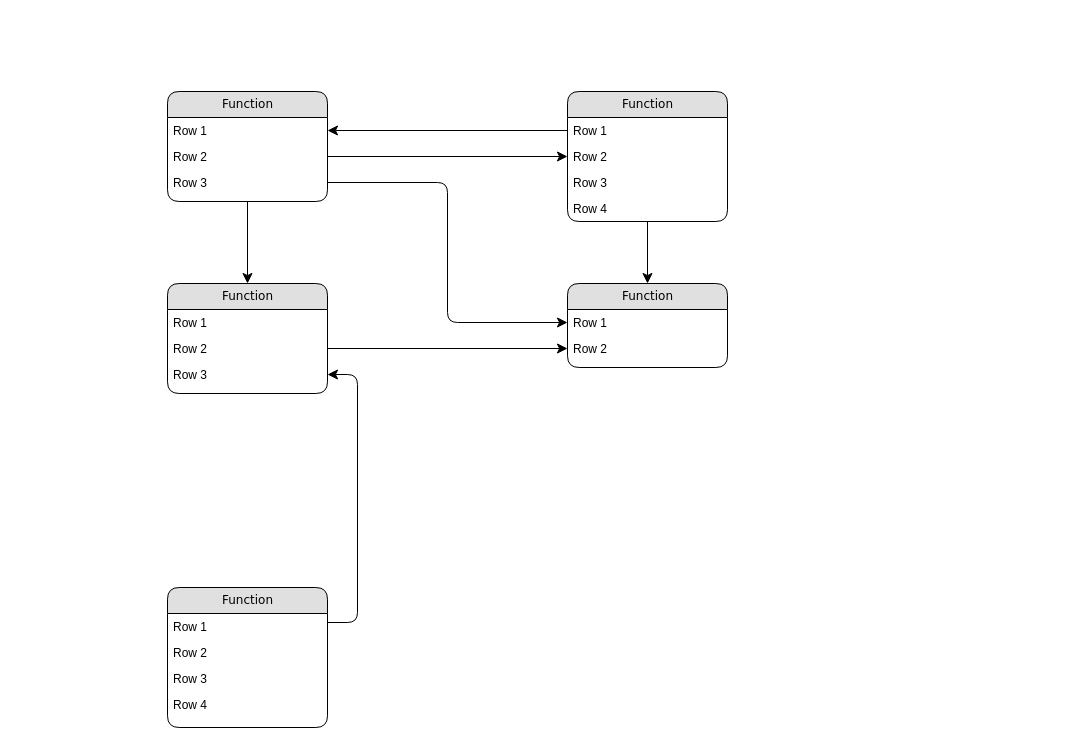
Tianqi-Yao/yao-app-web keeps this draw.io diagram as data flow.drawio. Above is the earlier version. Source tidied: cells renumbered, new cells numbered last; positions are measured from the earlier drawing's top-left corner, leaving out a move shared by most shapes. Both pictures are drawn from the tidied source at 100%, with x=0, y=0 at pixel (167, 91).
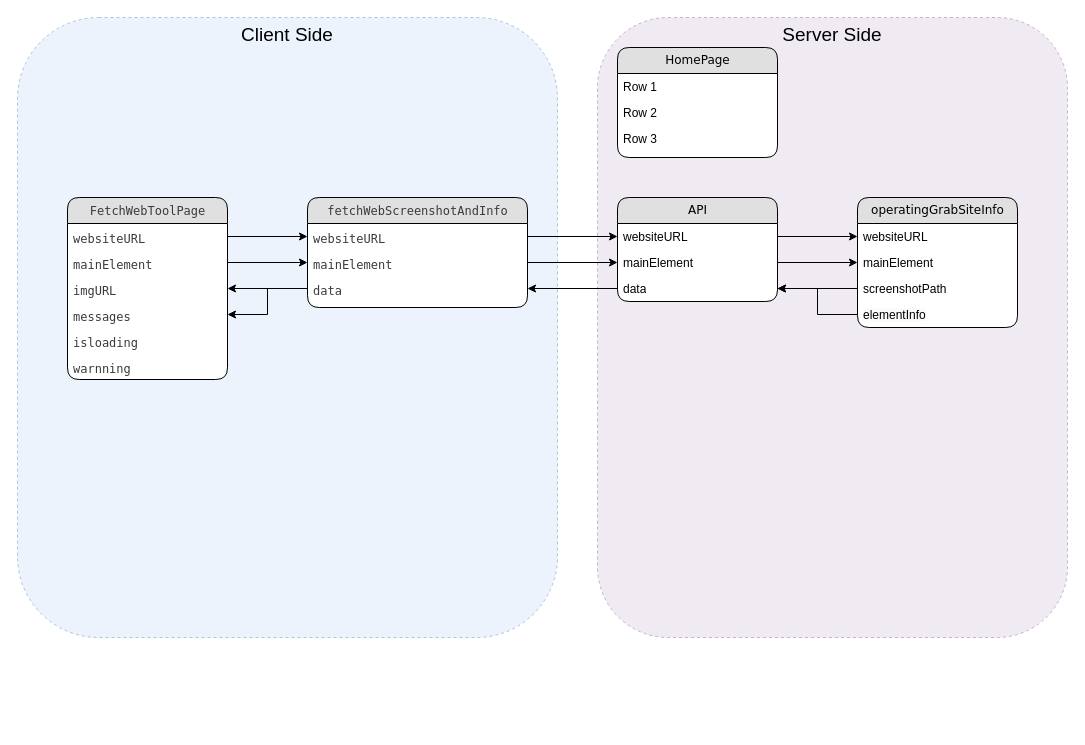
After the change.

Unchanged cells that the change refers to:
```xml
<mxCell id="3" value="Row 1" style="text;html=1;strokeColor=none;fillColor=none;spacingLeft=4;spacingRight=4;whiteSpace=wrap;overflow=hidden;points=[[0,0.5],[1,0.5]];portConstraint=eastwest;" parent="2" vertex="1">
  <mxGeometry y="26" width="160" height="26" as="geometry" />
</mxCell>
<mxCell id="4" value="Row 2" style="text;html=1;strokeColor=none;fillColor=none;spacingLeft=4;spacingRight=4;whiteSpace=wrap;overflow=hidden;points=[[0,0.5],[1,0.5]];portConstraint=eastwest;" parent="2" vertex="1">
  <mxGeometry y="52" width="160" height="26" as="geometry" />
</mxCell>
<mxCell id="5" value="Row 3" style="text;html=1;strokeColor=none;fillColor=none;spacingLeft=4;spacingRight=4;whiteSpace=wrap;overflow=hidden;points=[[0,0.5],[1,0.5]];portConstraint=eastwest;" parent="2" vertex="1">
  <mxGeometry y="78" width="160" height="26" as="geometry" />
</mxCell>
```

Diff of the diagram source:
```diff
@@
+    <mxCell id="30" value="Server Side" style="rounded=1;whiteSpace=wrap;html=1;fillColor=#e1d5e7;strokeColor=#9673a6;dashed=1;glass=0;shadow=0;opacity=50;horizontal=1;verticalAlign=top;fontSize=19;" parent="1" vertex="1">
+      <mxGeometry x="430" y="-74" width="470" height="620" as="geometry" />
+    </mxCell>
+    <mxCell id="31" value="Client Side" style="rounded=1;whiteSpace=wrap;html=1;fillColor=#dae8fc;strokeColor=#6c8ebf;dashed=1;glass=0;shadow=0;opacity=50;horizontal=1;verticalAlign=top;fontSize=19;" parent="1" vertex="1">
+      <mxGeometry x="-150" y="-74" width="540" height="620" as="geometry" />
+    </mxCell>
-    <mxCell id="2" value="Function" style="swimlane;html=1;fontStyle=0;horizontal=1;startSize=26;fillColor=#e0e0e0;swimlaneFillColor=#ffffff;align=center;rounded=1;shadow=0;comic=0;labelBackgroundColor=none;strokeWidth=1;fontFamily=Verdana;fontSize=12;" parent="1" vertex="1">
-      <mxGeometry width="160" height="110" as="geometry" />
+    <mxCell id="2" value="HomePage" style="swimlane;html=1;fontStyle=0;horizontal=1;startSize=26;fillColor=#e0e0e0;swimlaneFillColor=#ffffff;align=center;rounded=1;shadow=0;comic=0;labelBackgroundColor=none;strokeWidth=1;fontFamily=Verdana;fontSize=12;" parent="1" vertex="1">
+      <mxGeometry x="450" y="-44" width="160" height="110" as="geometry" />
     </mxCell>
@@
-    <mxCell id="6" value="Function" style="swimlane;html=1;fontStyle=0;horizontal=1;startSize=26;fillColor=#e0e0e0;swimlaneFillColor=#ffffff;align=center;rounded=1;shadow=0;comic=0;labelBackgroundColor=none;strokeWidth=1;fontFamily=Verdana;fontSize=12;" parent="1" vertex="1">
-      <mxGeometry x="400" width="160" height="130" as="geometry" />
+    <mxCell id="6" value="&lt;div style=&quot;color: rgb(59, 59, 59); font-family: Menlo, Monaco, &amp;quot;Courier New&amp;quot;, monospace; line-height: 18px;&quot;&gt;FetchWebToolPage&lt;/div&gt;" style="swimlane;html=1;fontStyle=0;horizontal=1;startSize=26;fillColor=#e0e0e0;swimlaneFillColor=#ffffff;align=center;rounded=1;shadow=0;comic=0;labelBackgroundColor=none;strokeWidth=1;fontFamily=Verdana;fontSize=12;" parent="1" vertex="1">
+      <mxGeometry x="-100" y="106" width="160" height="182" as="geometry" />
     </mxCell>
-    <mxCell id="7" value="Row 1" style="text;html=1;strokeColor=none;fillColor=none;spacingLeft=4;spacingRight=4;whiteSpace=wrap;overflow=hidden;points=[[0,0.5],[1,0.5]];portConstraint=eastwest;" parent="6" vertex="1">
+    <mxCell id="7" value="&lt;div style=&quot;color: rgb(59, 59, 59); background-color: rgb(255, 255, 255); font-family: Menlo, Monaco, &amp;quot;Courier New&amp;quot;, monospace; line-height: 18px;&quot;&gt;websiteURL&lt;/div&gt;" style="text;html=1;strokeColor=none;fillColor=none;spacingLeft=4;spacingRight=4;whiteSpace=wrap;overflow=hidden;points=[[0,0.5],[1,0.5]];portConstraint=eastwest;" parent="6" vertex="1">
       <mxGeometry y="26" width="160" height="26" as="geometry" />
     </mxCell>
-    <mxCell id="8" value="Row 2" style="text;html=1;strokeColor=none;fillColor=none;spacingLeft=4;spacingRight=4;whiteSpace=wrap;overflow=hidden;points=[[0,0.5],[1,0.5]];portConstraint=eastwest;" parent="6" vertex="1">
+    <mxCell id="8" value="&lt;div style=&quot;color: rgb(59, 59, 59); background-color: rgb(255, 255, 255); font-family: Menlo, Monaco, &amp;quot;Courier New&amp;quot;, monospace; line-height: 18px;&quot;&gt;mainElement&lt;/div&gt;" style="text;html=1;strokeColor=none;fillColor=none;spacingLeft=4;spacingRight=4;whiteSpace=wrap;overflow=hidden;points=[[0,0.5],[1,0.5]];portConstraint=eastwest;" parent="6" vertex="1">
       <mxGeometry y="52" width="160" height="26" as="geometry" />
     </mxCell>
-    <mxCell id="9" value="Row 3" style="text;html=1;strokeColor=none;fillColor=none;spacingLeft=4;spacingRight=4;whiteSpace=wrap;overflow=hidden;points=[[0,0.5],[1,0.5]];portConstraint=eastwest;" parent="6" vertex="1">
+    <mxCell id="9" value="&lt;div style=&quot;color: rgb(59, 59, 59); background-color: rgb(255, 255, 255); font-family: Menlo, Monaco, &amp;quot;Courier New&amp;quot;, monospace; line-height: 18px;&quot;&gt;imgURL&lt;/div&gt;" style="text;html=1;strokeColor=none;fillColor=none;spacingLeft=4;spacingRight=4;whiteSpace=wrap;overflow=hidden;points=[[0,0.5],[1,0.5]];portConstraint=eastwest;" parent="6" vertex="1">
       <mxGeometry y="78" width="160" height="26" as="geometry" />
     </mxCell>
-    <mxCell id="10" value="Row 4" style="text;html=1;strokeColor=none;fillColor=none;spacingLeft=4;spacingRight=4;whiteSpace=wrap;overflow=hidden;points=[[0,0.5],[1,0.5]];portConstraint=eastwest;" parent="6" vertex="1">
+    <mxCell id="10" value="&lt;div style=&quot;color: rgb(59, 59, 59); background-color: rgb(255, 255, 255); font-family: Menlo, Monaco, &amp;quot;Courier New&amp;quot;, monospace; line-height: 18px;&quot;&gt;messages&lt;/div&gt;" style="text;html=1;strokeColor=none;fillColor=none;spacingLeft=4;spacingRight=4;whiteSpace=wrap;overflow=hidden;points=[[0,0.5],[1,0.5]];portConstraint=eastwest;" parent="6" vertex="1">
       <mxGeometry y="104" width="160" height="26" as="geometry" />
     </mxCell>
-    <mxCell id="11" value="Function" style="swimlane;html=1;fontStyle=0;horizontal=1;startSize=26;fillColor=#e0e0e0;swimlaneFillColor=#ffffff;align=center;rounded=1;shadow=0;comic=0;labelBackgroundColor=none;strokeWidth=1;fontFamily=Verdana;fontSize=12;" parent="1" vertex="1">
-      <mxGeometry y="192" width="160" height="110" as="geometry" />
-    </mxCell>
-    <mxCell id="12" value="Row 1" style="text;html=1;strokeColor=none;fillColor=none;spacingLeft=4;spacingRight=4;whiteSpace=wrap;overflow=hidden;" parent="11" vertex="1">
-      <mxGeometry y="26" width="160" height="26" as="geometry" />
-    </mxCell>
-    <mxCell id="13" value="Row 2" style="text;html=1;strokeColor=none;fillColor=none;spacingLeft=4;spacingRight=4;whiteSpace=wrap;overflow=hidden;points=[[0,0.5],[1,0.5]];portConstraint=eastwest;" parent="11" vertex="1">
-      <mxGeometry y="52" width="160" height="26" as="geometry" />
-    </mxCell>
-    <mxCell id="14" value="Row 3" style="text;html=1;strokeColor=none;fillColor=none;spacingLeft=4;spacingRight=4;whiteSpace=wrap;overflow=hidden;points=[[0,0.5],[1,0.5]];portConstraint=eastwest;" parent="11" vertex="1">
-      <mxGeometry y="78" width="160" height="26" as="geometry" />
-    </mxCell>
-    <mxCell id="15" value="Function" style="swimlane;html=1;fontStyle=0;horizontal=1;startSize=26;fillColor=#e0e0e0;swimlaneFillColor=#ffffff;align=center;rounded=1;shadow=0;comic=0;labelBackgroundColor=none;strokeWidth=1;fontFamily=Verdana;fontSize=12;" parent="1" vertex="1">
-      <mxGeometry y="496" width="160" height="140" as="geometry" />
-    </mxCell>
-    <mxCell id="16" value="Row 1" style="text;html=1;strokeColor=none;fillColor=none;spacingLeft=4;spacingRight=4;whiteSpace=wrap;overflow=hidden;" parent="15" vertex="1">
-      <mxGeometry y="26" width="160" height="26" as="geometry" />
-    </mxCell>
-    <mxCell id="17" value="Row 2" style="text;html=1;strokeColor=none;fillColor=none;spacingLeft=4;spacingRight=4;whiteSpace=wrap;overflow=hidden;" parent="15" vertex="1">
-      <mxGeometry y="52" width="160" height="26" as="geometry" />
-    </mxCell>
-    <mxCell id="18" value="Row 3" style="text;html=1;strokeColor=none;fillColor=none;spacingLeft=4;spacingRight=4;whiteSpace=wrap;overflow=hidden;" parent="15" vertex="1">
-      <mxGeometry y="78" width="160" height="26" as="geometry" />
-    </mxCell>
-    <mxCell id="19" value="Row 4" style="text;html=1;strokeColor=none;fillColor=none;spacingLeft=4;spacingRight=4;whiteSpace=wrap;overflow=hidden;" parent="15" vertex="1">
-      <mxGeometry y="104" width="160" height="26" as="geometry" />
-    </mxCell>
+    <mxCell id="32" value="&lt;div style=&quot;color: rgb(59, 59, 59); background-color: rgb(255, 255, 255); font-family: Menlo, Monaco, &amp;quot;Courier New&amp;quot;, monospace; line-height: 18px;&quot;&gt;&lt;div style=&quot;line-height: 18px;&quot;&gt;isloading&lt;/div&gt;&lt;/div&gt;" style="text;html=1;strokeColor=none;fillColor=none;spacingLeft=4;spacingRight=4;whiteSpace=wrap;overflow=hidden;" parent="6" vertex="1">
+      <mxGeometry y="130" width="160" height="26" as="geometry" />
+    </mxCell>
+    <mxCell id="33" value="&lt;div style=&quot;color: rgb(59, 59, 59); background-color: rgb(255, 255, 255); font-family: Menlo, Monaco, &amp;quot;Courier New&amp;quot;, monospace; line-height: 18px;&quot;&gt;&lt;div style=&quot;line-height: 18px;&quot;&gt;warnning&lt;/div&gt;&lt;/div&gt;" style="text;html=1;strokeColor=none;fillColor=none;spacingLeft=4;spacingRight=4;whiteSpace=wrap;overflow=hidden;" parent="6" vertex="1">
+      <mxGeometry y="156" width="160" height="26" as="geometry" />
+    </mxCell>
-    <mxCell id="20" value="Function" style="swimlane;html=1;fontStyle=0;horizontal=1;startSize=26;fillColor=#e0e0e0;swimlaneFillColor=#ffffff;align=center;rounded=1;shadow=0;comic=0;labelBackgroundColor=none;strokeWidth=1;fontFamily=Verdana;fontSize=12;" parent="1" vertex="1">
-      <mxGeometry x="400" y="192" width="160" height="84" as="geometry" />
+    <mxCell id="20" value="API" style="swimlane;html=1;fontStyle=0;horizontal=1;startSize=26;fillColor=#e0e0e0;swimlaneFillColor=#ffffff;align=center;rounded=1;shadow=0;comic=0;labelBackgroundColor=none;strokeWidth=1;fontFamily=Verdana;fontSize=12;" parent="1" vertex="1">
+      <mxGeometry x="450" y="106" width="160" height="104" as="geometry" />
     </mxCell>
-    <mxCell id="21" value="Row 1" style="text;html=1;strokeColor=none;fillColor=none;spacingLeft=4;spacingRight=4;whiteSpace=wrap;overflow=hidden;points=[[0,0.5],[1,0.5]];portConstraint=eastwest;" parent="20" vertex="1">
+    <mxCell id="21" value="websiteURL" style="text;html=1;strokeColor=none;fillColor=none;spacingLeft=4;spacingRight=4;whiteSpace=wrap;overflow=hidden;points=[[0,0.5],[1,0.5]];portConstraint=eastwest;" parent="20" vertex="1">
       <mxGeometry y="26" width="160" height="26" as="geometry" />
     </mxCell>
-    <mxCell id="22" value="Row 2" style="text;html=1;strokeColor=none;fillColor=none;spacingLeft=4;spacingRight=4;whiteSpace=wrap;overflow=hidden;points=[[0,0.5],[1,0.5]];portConstraint=eastwest;" parent="20" vertex="1">
+    <mxCell id="22" value="mainElement" style="text;html=1;strokeColor=none;fillColor=none;spacingLeft=4;spacingRight=4;whiteSpace=wrap;overflow=hidden;points=[[0,0.5],[1,0.5]];portConstraint=eastwest;" parent="20" vertex="1">
       <mxGeometry y="52" width="160" height="26" as="geometry" />
     </mxCell>
-    <mxCell id="23" style="edgeStyle=orthogonalEdgeStyle;html=1;labelBackgroundColor=none;startFill=0;startSize=8;endFill=1;endSize=8;fontFamily=Verdana;fontSize=12;exitX=1;exitY=0.25;entryX=1;entryY=0.5;" parent="1" edge="1" source="15" target="14">
-      <mxGeometry relative="1" as="geometry">
-        <Array as="points">
-          <mxPoint x="190" y="531" />
-          <mxPoint x="190" y="283" />
-        </Array>
-      </mxGeometry>
-    </mxCell>
-    <mxCell id="24" style="edgeStyle=orthogonalEdgeStyle;html=1;labelBackgroundColor=none;startFill=0;startSize=8;endFill=1;endSize=8;fontFamily=Verdana;fontSize=12;" parent="1" edge="1" source="2" target="11">
-      <mxGeometry relative="1" as="geometry" />
-    </mxCell>
-    <mxCell id="25" style="edgeStyle=orthogonalEdgeStyle;html=1;labelBackgroundColor=none;startFill=0;startSize=8;endFill=1;endSize=8;fontFamily=Verdana;fontSize=12;" parent="1" edge="1" source="6" target="20">
-      <mxGeometry relative="1" as="geometry" />
-    </mxCell>
-    <mxCell id="26" style="edgeStyle=orthogonalEdgeStyle;html=1;entryX=0;entryY=0.5;labelBackgroundColor=none;startFill=0;startSize=8;endFill=1;endSize=8;fontFamily=Verdana;fontSize=12;exitX=1;exitY=0.5;" parent="1" edge="1" source="4" target="8">
-      <mxGeometry relative="1" as="geometry" />
-    </mxCell>
-    <mxCell id="27" style="edgeStyle=orthogonalEdgeStyle;html=1;exitX=0;exitY=0.5;entryX=1;entryY=0.5;labelBackgroundColor=none;startFill=0;startSize=8;endFill=1;endSize=8;fontFamily=Verdana;fontSize=12;" parent="1" edge="1" source="7" target="3">
-      <mxGeometry relative="1" as="geometry" />
-    </mxCell>
-    <mxCell id="28" style="edgeStyle=orthogonalEdgeStyle;html=1;exitX=1;exitY=0.5;entryX=0;entryY=0.5;labelBackgroundColor=none;startFill=0;startSize=8;endFill=1;endSize=8;fontFamily=Verdana;fontSize=12;" parent="1" edge="1" source="5" target="21">
-      <mxGeometry relative="1" as="geometry" />
-    </mxCell>
-    <mxCell id="29" style="edgeStyle=orthogonalEdgeStyle;html=1;exitX=1;exitY=0.5;entryX=0;entryY=0.5;labelBackgroundColor=none;startFill=0;startSize=8;endFill=1;endSize=8;fontFamily=Verdana;fontSize=12;" parent="1" edge="1" source="13" target="22">
-      <mxGeometry relative="1" as="geometry" />
-    </mxCell>
+    <mxCell id="34" value="data" style="text;html=1;strokeColor=none;fillColor=none;spacingLeft=4;spacingRight=4;whiteSpace=wrap;overflow=hidden;points=[[0,0.5],[1,0.5]];portConstraint=eastwest;" parent="20" vertex="1">
+      <mxGeometry y="78" width="160" height="26" as="geometry" />
+    </mxCell>
+    <mxCell id="35" value="&lt;div style=&quot;color: rgb(59, 59, 59); font-family: Menlo, Monaco, &amp;quot;Courier New&amp;quot;, monospace; line-height: 18px;&quot;&gt;&lt;div style=&quot;line-height: 18px;&quot;&gt;fetchWebScreenshotAndInfo&lt;/div&gt;&lt;/div&gt;" style="swimlane;html=1;fontStyle=0;horizontal=1;startSize=26;fillColor=#e0e0e0;swimlaneFillColor=default;align=center;rounded=1;shadow=0;comic=0;labelBackgroundColor=none;strokeWidth=1;fontFamily=Verdana;fontSize=12;" parent="1" vertex="1">
+      <mxGeometry x="140" y="106" width="220" height="110" as="geometry" />
+    </mxCell>
+    <mxCell id="36" value="&lt;div style=&quot;color: rgb(59, 59, 59); background-color: rgb(255, 255, 255); font-family: Menlo, Monaco, &amp;quot;Courier New&amp;quot;, monospace; line-height: 18px;&quot;&gt;&lt;div style=&quot;line-height: 18px;&quot;&gt;websiteURL&lt;/div&gt;&lt;/div&gt;" style="text;html=1;strokeColor=none;fillColor=none;spacingLeft=4;spacingRight=4;whiteSpace=wrap;overflow=hidden;points=[[0,0.5],[1,0.5]];portConstraint=eastwest;" parent="35" vertex="1">
+      <mxGeometry y="26" width="220" height="26" as="geometry" />
+    </mxCell>
+    <mxCell id="37" value="&lt;div style=&quot;color: rgb(59, 59, 59); background-color: rgb(255, 255, 255); font-family: Menlo, Monaco, &amp;quot;Courier New&amp;quot;, monospace; line-height: 18px;&quot;&gt;mainElement&lt;/div&gt;" style="text;html=1;strokeColor=none;fillColor=none;spacingLeft=4;spacingRight=4;whiteSpace=wrap;overflow=hidden;points=[[0,0.5],[1,0.5]];portConstraint=eastwest;" parent="35" vertex="1">
+      <mxGeometry y="52" width="220" height="26" as="geometry" />
+    </mxCell>
+    <mxCell id="38" value="&lt;div style=&quot;color: rgb(59, 59, 59); background-color: rgb(255, 255, 255); font-family: Menlo, Monaco, &amp;quot;Courier New&amp;quot;, monospace; line-height: 18px;&quot;&gt;&lt;div style=&quot;line-height: 18px;&quot;&gt;data&lt;/div&gt;&lt;/div&gt;" style="text;html=1;strokeColor=none;fillColor=none;spacingLeft=4;spacingRight=4;whiteSpace=wrap;overflow=hidden;points=[[0,0.5],[1,0.5]];portConstraint=eastwest;" parent="35" vertex="1">
+      <mxGeometry y="78" width="220" height="26" as="geometry" />
+    </mxCell>
+    <mxCell id="39" style="edgeStyle=orthogonalEdgeStyle;rounded=0;jettySize=auto;html=1;" parent="1" edge="1" source="7" target="36">
+      <mxGeometry relative="1" as="geometry" />
+    </mxCell>
+    <mxCell id="40" style="edgeStyle=orthogonalEdgeStyle;rounded=0;jettySize=auto;html=1;" parent="1" edge="1" source="8" target="37">
+      <mxGeometry relative="1" as="geometry" />
+    </mxCell>
+    <mxCell id="41" style="edgeStyle=orthogonalEdgeStyle;rounded=0;jettySize=auto;html=1;" parent="1" edge="1" source="38" target="9">
+      <mxGeometry relative="1" as="geometry" />
+    </mxCell>
+    <mxCell id="42" style="edgeStyle=orthogonalEdgeStyle;rounded=0;jettySize=auto;html=1;" parent="1" edge="1" source="38" target="10">
+      <mxGeometry relative="1" as="geometry" />
+    </mxCell>
+    <mxCell id="43" style="edgeStyle=orthogonalEdgeStyle;rounded=0;jettySize=auto;html=1;" parent="1" edge="1" source="36" target="21">
+      <mxGeometry relative="1" as="geometry" />
+    </mxCell>
+    <mxCell id="44" style="edgeStyle=orthogonalEdgeStyle;rounded=0;jettySize=auto;html=1;" parent="1" edge="1" source="37" target="22">
+      <mxGeometry relative="1" as="geometry" />
+    </mxCell>
+    <mxCell id="45" value="operatingGrabSiteInfo" style="swimlane;html=1;fontStyle=0;horizontal=1;startSize=26;fillColor=#e0e0e0;swimlaneFillColor=#ffffff;align=center;rounded=1;shadow=0;comic=0;labelBackgroundColor=none;strokeWidth=1;fontFamily=Verdana;fontSize=12;" parent="1" vertex="1">
+      <mxGeometry x="690" y="106" width="160" height="130" as="geometry" />
+    </mxCell>
+    <mxCell id="46" value="websiteURL" style="text;html=1;strokeColor=none;fillColor=none;spacingLeft=4;spacingRight=4;whiteSpace=wrap;overflow=hidden;points=[[0,0.5],[1,0.5]];portConstraint=eastwest;" parent="45" vertex="1">
+      <mxGeometry y="26" width="160" height="26" as="geometry" />
+    </mxCell>
+    <mxCell id="47" value="mainElement" style="text;html=1;strokeColor=none;fillColor=none;spacingLeft=4;spacingRight=4;whiteSpace=wrap;overflow=hidden;points=[[0,0.5],[1,0.5]];portConstraint=eastwest;" parent="45" vertex="1">
+      <mxGeometry y="52" width="160" height="26" as="geometry" />
+    </mxCell>
+    <mxCell id="48" value="screenshotPath" style="text;html=1;strokeColor=none;fillColor=none;spacingLeft=4;spacingRight=4;whiteSpace=wrap;overflow=hidden;points=[[0,0.5],[1,0.5]];portConstraint=eastwest;" parent="45" vertex="1">
+      <mxGeometry y="78" width="160" height="26" as="geometry" />
+    </mxCell>
+    <mxCell id="49" value="&lt;span style=&quot;color: rgb(0, 0, 0); font-family: Helvetica; font-size: 12px; font-style: normal; font-variant-ligatures: normal; font-variant-caps: normal; font-weight: 400; letter-spacing: normal; orphans: 2; text-align: left; text-indent: 0px; text-transform: none; widows: 2; word-spacing: 0px; -webkit-text-stroke-width: 0px; background-color: rgb(251, 251, 251); text-decoration-thickness: initial; text-decoration-style: initial; text-decoration-color: initial; float: none; display: inline !important;&quot;&gt;elementInfo&lt;/span&gt;" style="text;html=1;strokeColor=none;fillColor=none;spacingLeft=4;spacingRight=4;whiteSpace=wrap;overflow=hidden;points=[[0,0.5],[1,0.5]];portConstraint=eastwest;" parent="45" vertex="1">
+      <mxGeometry y="104" width="160" height="26" as="geometry" />
+    </mxCell>
+    <mxCell id="50" style="edgeStyle=orthogonalEdgeStyle;rounded=0;jettySize=auto;html=1;" parent="1" edge="1" source="21" target="46">
+      <mxGeometry relative="1" as="geometry" />
+    </mxCell>
+    <mxCell id="51" style="edgeStyle=orthogonalEdgeStyle;rounded=0;jettySize=auto;html=1;" parent="1" edge="1" source="22" target="47">
+      <mxGeometry relative="1" as="geometry" />
+    </mxCell>
+    <mxCell id="52" style="edgeStyle=orthogonalEdgeStyle;rounded=0;jettySize=auto;html=1;" parent="1" edge="1" source="34" target="38">
+      <mxGeometry relative="1" as="geometry" />
+    </mxCell>
+    <mxCell id="53" style="edgeStyle=orthogonalEdgeStyle;rounded=0;jettySize=auto;html=1;" parent="1" edge="1" source="48" target="34">
+      <mxGeometry relative="1" as="geometry" />
+    </mxCell>
+    <mxCell id="54" style="edgeStyle=orthogonalEdgeStyle;rounded=0;jettySize=auto;html=1;" parent="1" edge="1" source="49" target="34">
+      <mxGeometry relative="1" as="geometry" />
+    </mxCell>
```
